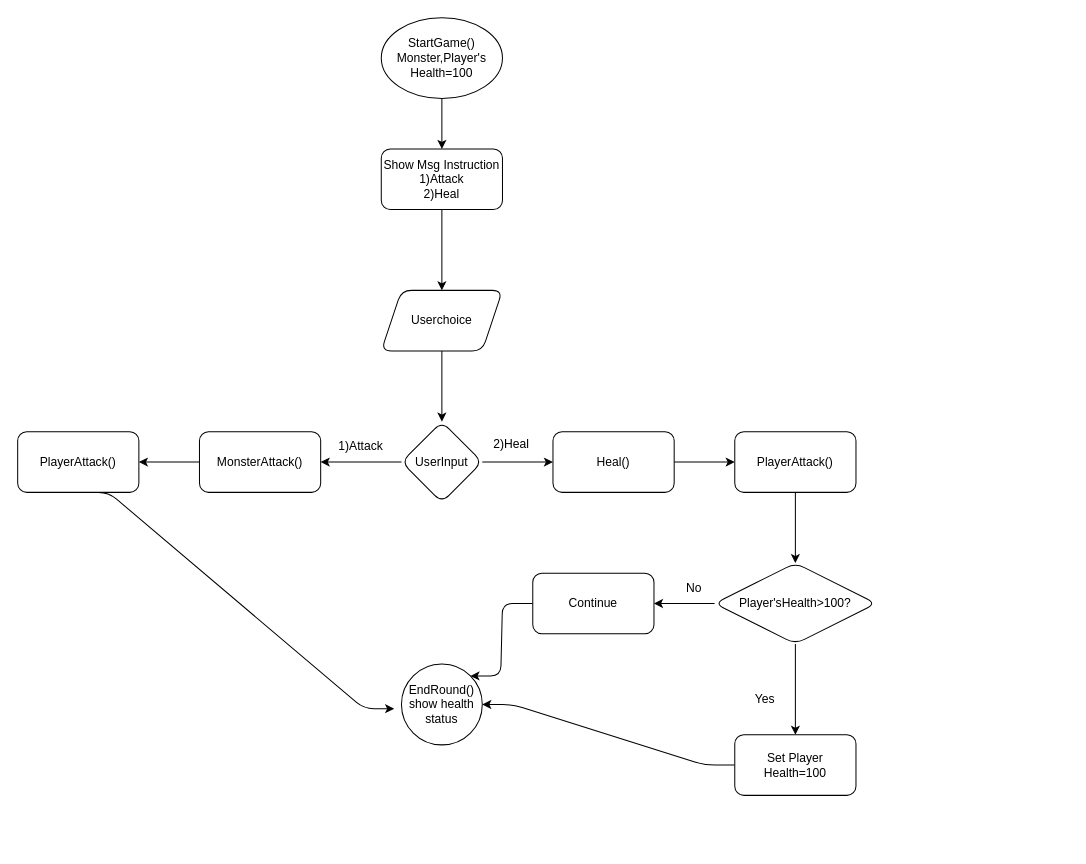
Parnazjanali/Monster-Game keeps this draw.io diagram as Docs/Hld.drawio. Above is the earlier version. Source tidied: cells renumbered, new cells numbered last; positions are measured from the earlier drawing's top-left corner, leaving out a move shared by most shapes. Both pictures are drawn from the tidied source at 101%, with x=0, y=0 at pixel (17, 17).
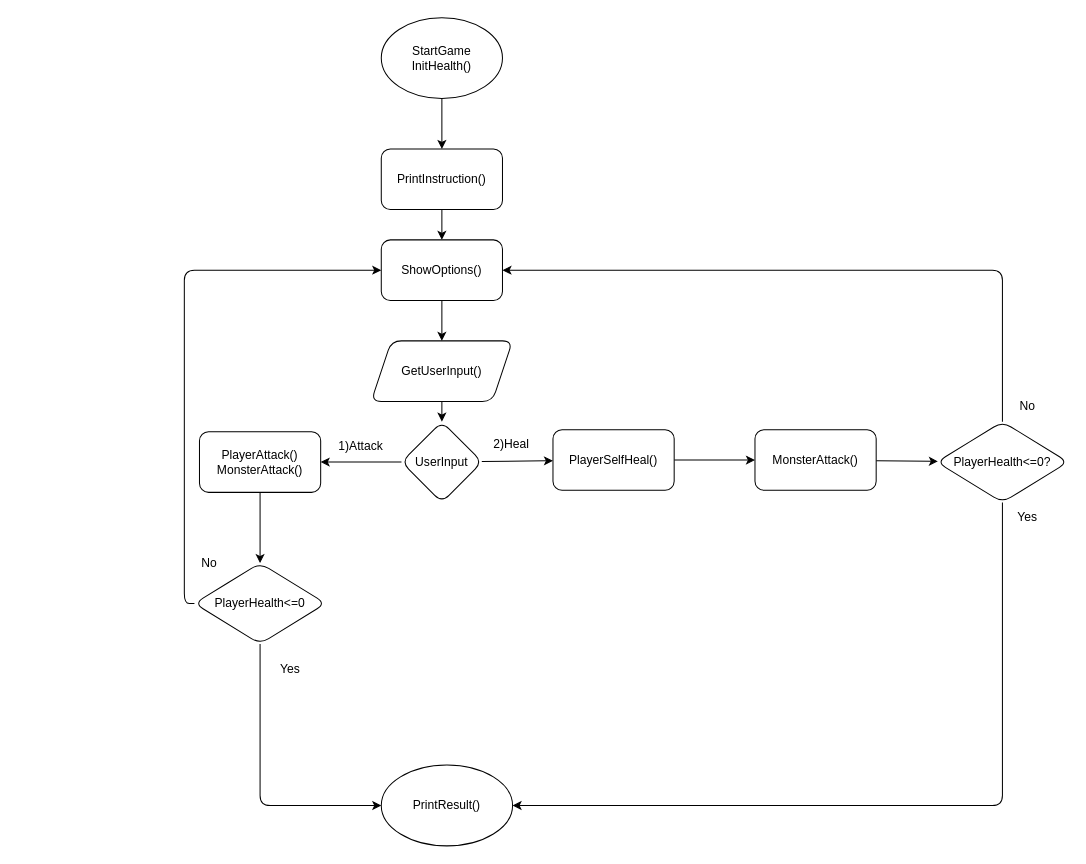
The same page after the edit.

What changed in the source:
```diff
@@
-    <mxCell id="3" value="StartGame()&lt;br&gt;Monster,Player's Health=100" style="ellipse;whiteSpace=wrap;html=1;" parent="1" vertex="1">
+    <mxCell id="3" value="StartGame&lt;br&gt;InitHealth()" style="ellipse;whiteSpace=wrap;html=1;" parent="1" vertex="1">
       <mxGeometry x="360" width="120" height="80" as="geometry" />
     </mxCell>
-    <mxCell id="4" style="edgeStyle=none;html=1;" parent="1" edge="1" source="5" target="7">
-      <mxGeometry relative="1" as="geometry" />
-    </mxCell>
+    <mxCell id="31" style="edgeStyle=orthogonalEdgeStyle;html=1;" parent="1" edge="1" source="5" target="40">
+      <mxGeometry relative="1" as="geometry" />
+    </mxCell>
-    <mxCell id="5" value="Show Msg Instruction&lt;br&gt;1)Attack&lt;br&gt;2)Heal" style="rounded=1;whiteSpace=wrap;html=1;" parent="1" vertex="1">
+    <mxCell id="5" value="PrintInstruction()" style="rounded=1;whiteSpace=wrap;html=1;" parent="1" vertex="1">
       <mxGeometry x="360" y="130" width="120" height="60" as="geometry" />
     </mxCell>
@@
-    <mxCell id="7" value="Userchoice" style="shape=parallelogram;perimeter=parallelogramPerimeter;whiteSpace=wrap;html=1;fixedSize=1;rounded=1;" parent="1" vertex="1">
-      <mxGeometry x="360" y="270" width="120" height="60" as="geometry" />
+    <mxCell id="7" value="GetUserInput()" style="shape=parallelogram;perimeter=parallelogramPerimeter;whiteSpace=wrap;html=1;fixedSize=1;rounded=1;" parent="1" vertex="1">
+      <mxGeometry x="350" y="320" width="140" height="60" as="geometry" />
     </mxCell>
@@
-    <mxCell id="11" style="edgeStyle=none;html=1;" parent="1" edge="1" source="12" target="17">
-      <mxGeometry relative="1" as="geometry" />
-    </mxCell>
+    <mxCell id="32" style="edgeStyle=none;html=1;" parent="1" edge="1" source="12" target="36">
+      <mxGeometry relative="1" as="geometry" />
+    </mxCell>
-    <mxCell id="12" value="MonsterAttack()" style="whiteSpace=wrap;html=1;rounded=1;" parent="1" vertex="1">
+    <mxCell id="12" value="PlayerAttack()&lt;br&gt;MonsterAttack()" style="whiteSpace=wrap;html=1;rounded=1;" parent="1" vertex="1">
       <mxGeometry x="180" y="410" width="120" height="60" as="geometry" />
     </mxCell>
@@
-    <mxCell id="14" style="edgeStyle=none;html=1;" parent="1" edge="1" source="15" target="20">
-      <mxGeometry relative="1" as="geometry" />
-    </mxCell>
+    <mxCell id="33" style="edgeStyle=none;html=1;" parent="1" edge="1" source="15" target="42">
+      <mxGeometry relative="1" as="geometry" />
+    </mxCell>
-    <mxCell id="15" value="Heal()" style="whiteSpace=wrap;html=1;rounded=1;" parent="1" vertex="1">
-      <mxGeometry x="530" y="410" width="120" height="60" as="geometry" />
+    <mxCell id="15" value="PlayerSelfHeal()" style="whiteSpace=wrap;html=1;rounded=1;" parent="1" vertex="1">
+      <mxGeometry x="530" y="408" width="120" height="60" as="geometry" />
     </mxCell>
-    <mxCell id="16" style="edgeStyle=entityRelationEdgeStyle;html=1;exitX=0.5;exitY=1;exitDx=0;exitDy=0;entryX=-0.09;entryY=0.552;entryDx=0;entryDy=0;entryPerimeter=0;" parent="1" edge="1" source="17" target="21">
-      <mxGeometry relative="1" as="geometry" />
-    </mxCell>
-    <mxCell id="17" value="PlayerAttack()" style="whiteSpace=wrap;html=1;rounded=1;" parent="1" vertex="1">
-      <mxGeometry y="410" width="120" height="60" as="geometry" />
-    </mxCell>
@@
-    <mxCell id="19" style="edgeStyle=none;html=1;" parent="1" edge="1" source="20" target="24">
-      <mxGeometry relative="1" as="geometry" />
-    </mxCell>
-    <mxCell id="20" value="PlayerAttack()" style="whiteSpace=wrap;html=1;rounded=1;" parent="1" vertex="1">
-      <mxGeometry x="710" y="410" width="120" height="60" as="geometry" />
-    </mxCell>
-    <mxCell id="21" value="EndRound()&lt;br&gt;show health status" style="ellipse;whiteSpace=wrap;html=1;rounded=1;" parent="1" vertex="1">
-      <mxGeometry x="380" y="640" width="80" height="80" as="geometry" />
+    <mxCell id="21" value="PrintResult()" style="ellipse;whiteSpace=wrap;html=1;rounded=1;" parent="1" vertex="1">
+      <mxGeometry x="360" y="740" width="130" height="80" as="geometry" />
     </mxCell>
-    <mxCell id="22" style="edgeStyle=none;html=1;" parent="1" edge="1" source="24" target="26">
-      <mxGeometry relative="1" as="geometry" />
-    </mxCell>
-    <mxCell id="23" style="edgeStyle=none;html=1;" parent="1" edge="1" source="24" target="28">
-      <mxGeometry relative="1" as="geometry" />
-    </mxCell>
-    <mxCell id="24" value="Player'sHealth&amp;gt;100?" style="rhombus;whiteSpace=wrap;html=1;rounded=1;" parent="1" vertex="1">
-      <mxGeometry x="690" y="540" width="160" height="80" as="geometry" />
-    </mxCell>
-    <mxCell id="25" style="edgeStyle=entityRelationEdgeStyle;html=1;exitX=0;exitY=0.5;exitDx=0;exitDy=0;entryX=1;entryY=0.5;entryDx=0;entryDy=0;" parent="1" edge="1" source="26" target="21">
-      <mxGeometry relative="1" as="geometry" />
-    </mxCell>
-    <mxCell id="26" value="Set Player Health=100" style="whiteSpace=wrap;html=1;rounded=1;" parent="1" vertex="1">
-      <mxGeometry x="710" y="710" width="120" height="60" as="geometry" />
-    </mxCell>
-    <mxCell id="27" style="edgeStyle=entityRelationEdgeStyle;html=1;exitX=0;exitY=0.5;exitDx=0;exitDy=0;entryX=1;entryY=0;entryDx=0;entryDy=0;" parent="1" edge="1" source="28" target="21">
-      <mxGeometry relative="1" as="geometry" />
-    </mxCell>
-    <mxCell id="28" value="Continue" style="whiteSpace=wrap;html=1;rounded=1;" parent="1" vertex="1">
-      <mxGeometry x="510" y="550" width="120" height="60" as="geometry" />
-    </mxCell>
     <mxCell id="29" value="Yes" style="text;html=1;strokeColor=none;fillColor=none;align=center;verticalAlign=middle;whiteSpace=wrap;rounded=0;" parent="1" vertex="1">
-      <mxGeometry x="710" y="660" width="60" height="30" as="geometry" />
+      <mxGeometry x="240" y="630" width="60" height="30" as="geometry" />
     </mxCell>
     <mxCell id="30" value="No" style="text;html=1;strokeColor=none;fillColor=none;align=center;verticalAlign=middle;whiteSpace=wrap;rounded=0;" parent="1" vertex="1">
-      <mxGeometry x="640" y="550" width="60" height="30" as="geometry" />
+      <mxGeometry x="160" y="525" width="60" height="30" as="geometry" />
     </mxCell>
+    <mxCell id="34" style="edgeStyle=orthogonalEdgeStyle;html=1;exitX=0;exitY=0.5;exitDx=0;exitDy=0;entryX=0;entryY=0.5;entryDx=0;entryDy=0;" parent="1" edge="1" source="36" target="40">
+      <mxGeometry relative="1" as="geometry" />
+    </mxCell>
+    <mxCell id="35" style="edgeStyle=orthogonalEdgeStyle;html=1;exitX=0.5;exitY=1;exitDx=0;exitDy=0;entryX=0;entryY=0.5;entryDx=0;entryDy=0;" parent="1" edge="1" source="36" target="21">
+      <mxGeometry relative="1" as="geometry" />
+    </mxCell>
+    <mxCell id="36" value="PlayerHealth&amp;lt;=0" style="rhombus;whiteSpace=wrap;html=1;rounded=1;" parent="1" vertex="1">
+      <mxGeometry x="175" y="540" width="130" height="80" as="geometry" />
+    </mxCell>
+    <mxCell id="37" value="Yes" style="text;html=1;strokeColor=none;fillColor=none;align=center;verticalAlign=middle;whiteSpace=wrap;rounded=0;" parent="1" vertex="1">
+      <mxGeometry x="970" y="480" width="60" height="30" as="geometry" />
+    </mxCell>
+    <mxCell id="38" value="No" style="text;html=1;strokeColor=none;fillColor=none;align=center;verticalAlign=middle;whiteSpace=wrap;rounded=0;" parent="1" vertex="1">
+      <mxGeometry x="970" y="370" width="60" height="30" as="geometry" />
+    </mxCell>
+    <mxCell id="39" style="edgeStyle=orthogonalEdgeStyle;html=1;exitX=0.5;exitY=1;exitDx=0;exitDy=0;entryX=0.5;entryY=0;entryDx=0;entryDy=0;" parent="1" edge="1" source="40" target="7">
+      <mxGeometry relative="1" as="geometry" />
+    </mxCell>
+    <mxCell id="40" value="ShowOptions()" style="whiteSpace=wrap;html=1;rounded=1;" parent="1" vertex="1">
+      <mxGeometry x="360" y="220" width="120" height="60" as="geometry" />
+    </mxCell>
+    <mxCell id="41" style="edgeStyle=none;html=1;" parent="1" edge="1" source="42" target="45">
+      <mxGeometry relative="1" as="geometry" />
+    </mxCell>
+    <mxCell id="42" value="MonsterAttack()" style="whiteSpace=wrap;html=1;rounded=1;" parent="1" vertex="1">
+      <mxGeometry x="730" y="408" width="120" height="60" as="geometry" />
+    </mxCell>
+    <mxCell id="43" style="edgeStyle=orthogonalEdgeStyle;html=1;exitX=0.5;exitY=1;exitDx=0;exitDy=0;entryX=1;entryY=0.5;entryDx=0;entryDy=0;" parent="1" edge="1" source="45" target="21">
+      <mxGeometry relative="1" as="geometry" />
+    </mxCell>
+    <mxCell id="44" style="edgeStyle=orthogonalEdgeStyle;html=1;exitX=0.5;exitY=0;exitDx=0;exitDy=0;entryX=1;entryY=0.5;entryDx=0;entryDy=0;" parent="1" edge="1" source="45" target="40">
+      <mxGeometry relative="1" as="geometry" />
+    </mxCell>
+    <mxCell id="45" value="PlayerHealth&amp;lt;=0?" style="rhombus;whiteSpace=wrap;html=1;rounded=1;" parent="1" vertex="1">
+      <mxGeometry x="910" y="400" width="130" height="80" as="geometry" />
+    </mxCell>
```
